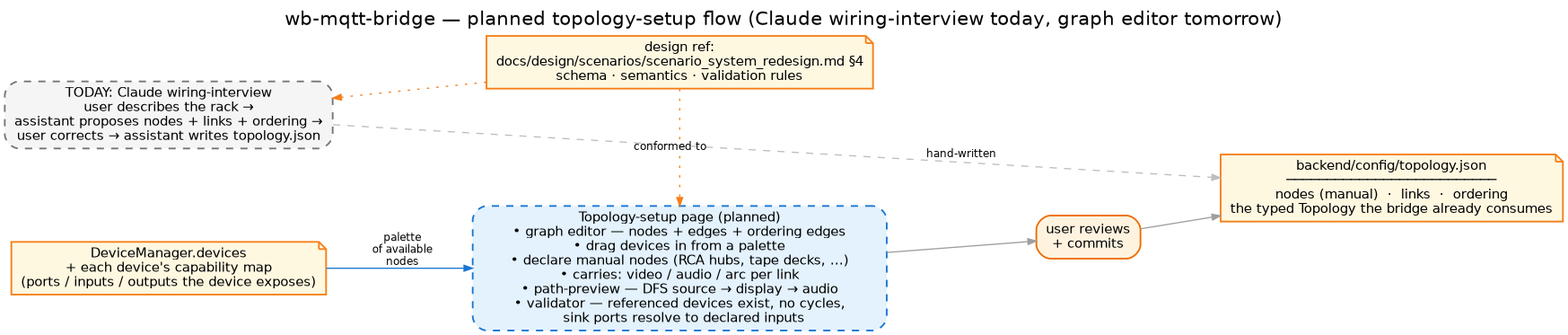
Before: docs/images/topology-setup-flow.png, a diagram exported from Graphviz (droman42/wb-mqtt-bridge). Its source is kept beside it as docs/images/topology-setup-flow.dot. Source of this version:
```dot
digraph topology_setup {
  rankdir=LR;
  bgcolor="white";
  splines=spline;
  nodesep=0.45; ranksep=0.9;
  fontname="Helvetica"; labelloc=t; fontsize=16;
  label="wb-mqtt-bridge — planned topology-setup flow (Claude wiring-interview today, graph editor tomorrow)";

  node [fontname="Helvetica", fontsize=11, shape=box, style="filled,rounded", penwidth=1.4];
  edge [fontname="Helvetica", fontsize=9, color="#9e9e9e", arrowsize=0.7];

  devmgr [shape=note, fillcolor="#fff8e1", color="#f57f17",
          label="DeviceManager.devices\n+ each device's capability map\n(ports / inputs / outputs the device exposes)"];

  page [label="Topology-setup page (planned)\n• graph editor — nodes + edges + ordering edges\n• drag devices in from a palette\n• declare manual nodes (RCA hubs, tape decks, …)\n• carries: video / audio / arc per link\n• path-preview — DFS source → display → audio\n• validator — referenced devices exist, no cycles,\n  sink ports resolve to declared inputs",
        fillcolor="#e3f2fd", color="#1976d2", width=4.8, style="filled,rounded,dashed"];

  user [label="user reviews\n+ commits",
        fillcolor="#fff3e0", color="#ef6c00"];

  cfg [shape=note, fillcolor="#fff8e1", color="#f57f17",
       label="backend/config/topology.json\n──────────────────────────\nnodes (manual)  ·  links  ·  ordering\nthe typed Topology the bridge already consumes"];

  interview [label="TODAY: Claude wiring-interview\nuser describes the rack →\nassistant proposes nodes + links + ordering →\nuser corrects → assistant writes topology.json",
             fillcolor="#f5f5f5", color="#757575", style="filled,rounded,dashed"];

  schema_doc [shape=note, fillcolor="#fff8e1", color="#f57f17",
              label="design ref:\ndocs/design/scenarios/scenario_system_redesign.md §4\nschema · semantics · validation rules"];

  devmgr -> page [color="#1976d2", label="palette\nof available\nnodes"];
  page -> user;
  user -> cfg;

  interview -> cfg [style=dashed, color="#bdbdbd", label="hand-written"];
  schema_doc -> interview [style=dotted, color="#f57f17"];
  schema_doc -> page      [style=dotted, color="#f57f17", label="conformed to"];

  {rank=same; devmgr; interview}
  {rank=same; page; schema_doc}
}
```
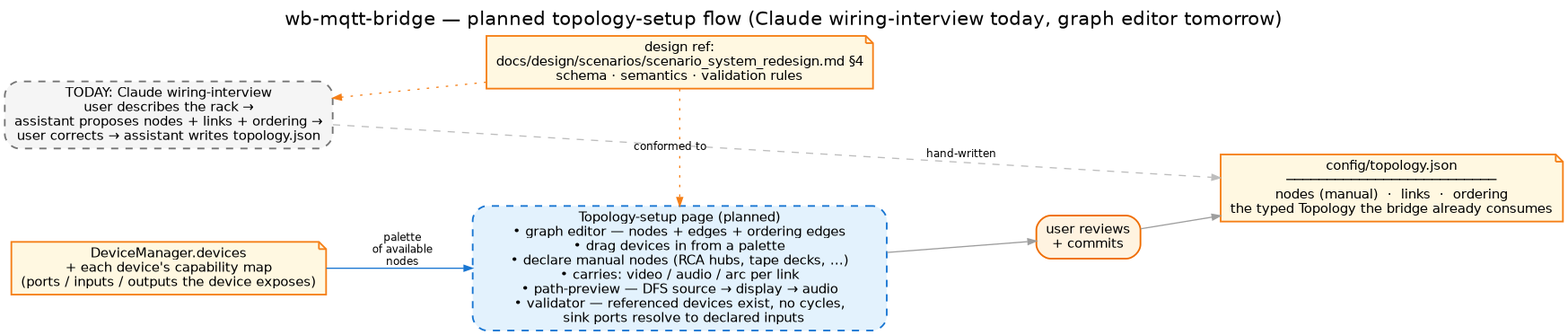
After the change.

Change to the diagram source:
```diff
@@ -19,7 +19,7 @@
         fillcolor="#fff3e0", color="#ef6c00"];
 
   cfg [shape=note, fillcolor="#fff8e1", color="#f57f17",
-       label="backend/config/topology.json\n──────────────────────────\nnodes (manual)  ·  links  ·  ordering\nthe typed Topology the bridge already consumes"];
+       label="config/topology.json\n──────────────────────────\nnodes (manual)  ·  links  ·  ordering\nthe typed Topology the bridge already consumes"];
 
   interview [label="TODAY: Claude wiring-interview\nuser describes the rack →\nassistant proposes nodes + links + ordering →\nuser corrects → assistant writes topology.json",
              fillcolor="#f5f5f5", color="#757575", style="filled,rounded,dashed"];
```
